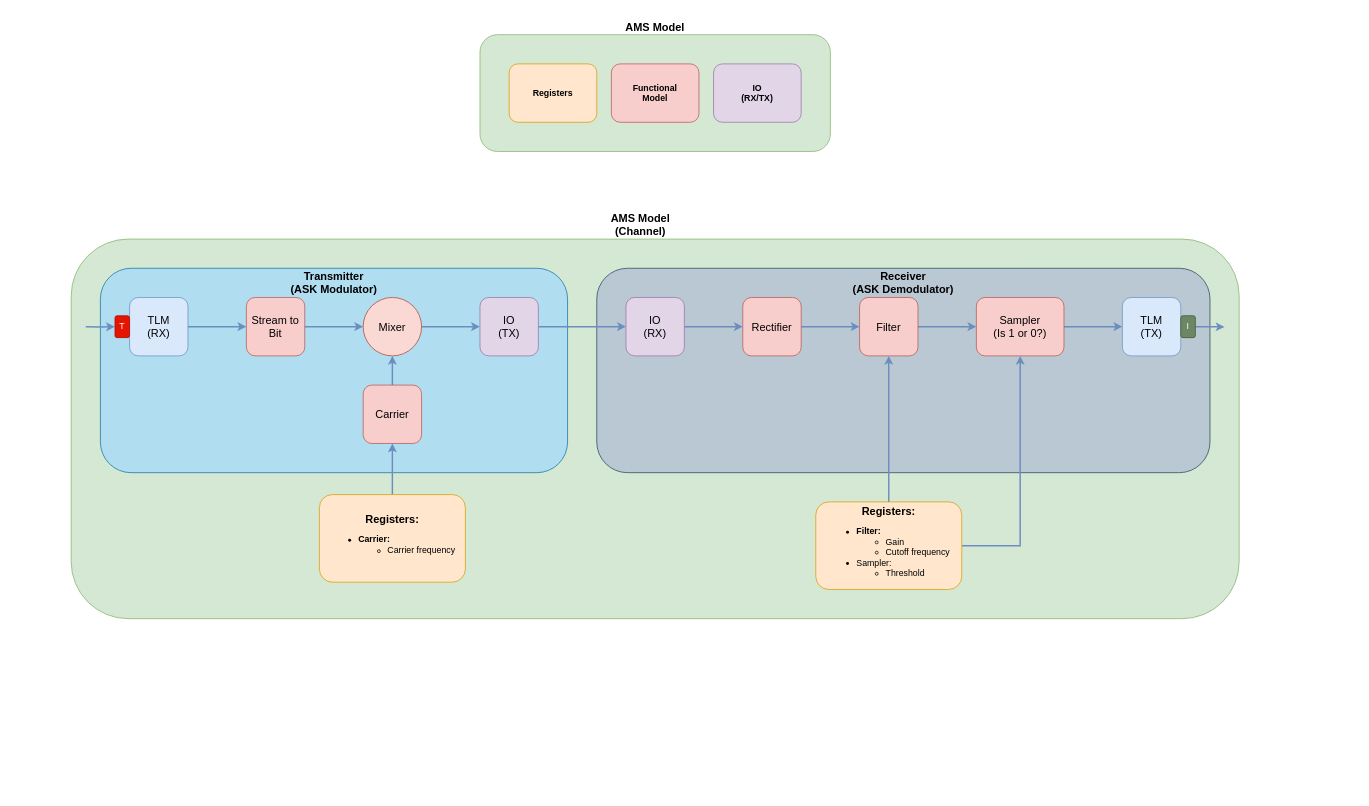
This is page "Channel" (2 of 2) of Project3.drawio from bvarela27/SystemC_ams, a draw.io file, before an edit. Source tidied: cells renumbered, new cells numbered last; positions are measured from the earlier drawing's top-left corner, leaving out a move shared by most shapes. Both pictures are drawn from the tidied source at 73%, with x=0, y=0 at pixel (71, 12).
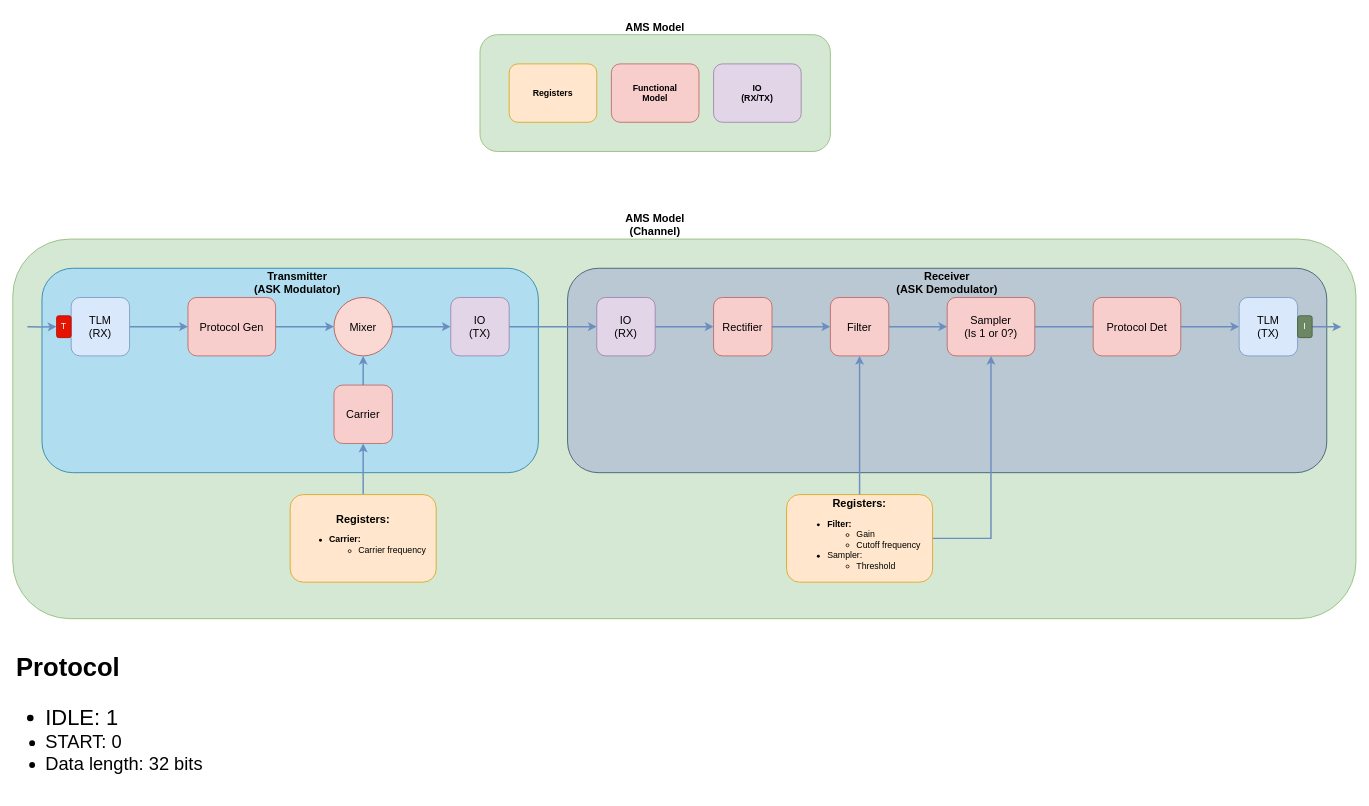
Above is the later version.

The edit, as a diff of the source:
```diff
@@
     <mxCell id="2" style="rounded=1;whiteSpace=wrap;html=1;fontSize=15;fillColor=#d5e8d4;strokeColor=#82b366;" parent="1" vertex="1">
-      <mxGeometry y="310" width="1600" height="520" as="geometry" />
+      <mxGeometry x="-80" y="310" width="1840" height="520" as="geometry" />
     </mxCell>
     <mxCell id="3" style="rounded=1;whiteSpace=wrap;html=1;fontSize=15;fillColor=#bac8d3;strokeColor=#23445d;align=left;" parent="1" vertex="1">
-      <mxGeometry x="720" y="350" width="840" height="280" as="geometry" />
+      <mxGeometry x="680" y="350" width="1040" height="280" as="geometry" />
     </mxCell>
     <mxCell id="4" style="rounded=1;whiteSpace=wrap;html=1;fontSize=15;fillColor=#b1ddf0;strokeColor=#10739e;align=left;" parent="1" vertex="1">
-      <mxGeometry x="40" y="350" width="640" height="280" as="geometry" />
+      <mxGeometry x="-40" y="350" width="680" height="280" as="geometry" />
     </mxCell>
@@
     <mxCell id="10" value="&lt;font style=&quot;font-size: 15px;&quot;&gt;&lt;b&gt;AMS Model (Channel)&lt;/b&gt;&lt;/font&gt;" style="text;html=1;strokeColor=none;fillColor=none;align=center;verticalAlign=middle;whiteSpace=wrap;rounded=0;" parent="1" vertex="1">
-      <mxGeometry x="720" y="270" width="120" height="40" as="geometry" />
+      <mxGeometry x="740" y="270" width="120" height="40" as="geometry" />
     </mxCell>
@@
     <mxCell id="12" value="TLM&lt;br&gt;(RX)" style="rounded=1;whiteSpace=wrap;html=1;fontSize=15;fillColor=#dae8fc;strokeColor=#6c8ebf;" parent="1" vertex="1">
-      <mxGeometry x="80" y="390" width="80" height="80" as="geometry" />
+      <mxGeometry y="390" width="80" height="80" as="geometry" />
     </mxCell>
     <mxCell id="13" style="edgeStyle=orthogonalEdgeStyle;rounded=0;jettySize=auto;html=1;entryX=0;entryY=0.5;entryDx=0;entryDy=0;strokeWidth=2;fillColor=#dae8fc;strokeColor=#6c8ebf;" parent="1" edge="1" target="14">
       <mxGeometry relative="1" as="geometry">
-        <mxPoint x="20" y="430" as="sourcePoint" />
+        <mxPoint x="-60" y="430" as="sourcePoint" />
       </mxGeometry>
     </mxCell>
     <mxCell id="14" value="T" style="rounded=1;whiteSpace=wrap;html=1;fillColor=#e51400;strokeColor=#B20000;fontColor=#ffffff;" parent="1" vertex="1">
-      <mxGeometry x="60" y="415" width="20" height="30" as="geometry" />
+      <mxGeometry x="-20" y="415" width="20" height="30" as="geometry" />
     </mxCell>
     <mxCell id="15" value="TLM&lt;br&gt;(TX)" style="rounded=1;whiteSpace=wrap;html=1;fontSize=15;fillColor=#dae8fc;strokeColor=#6c8ebf;" parent="1" vertex="1">
-      <mxGeometry x="1440" y="390" width="80" height="80" as="geometry" />
+      <mxGeometry x="1600" y="390" width="80" height="80" as="geometry" />
     </mxCell>
     <mxCell id="16" style="edgeStyle=orthogonalEdgeStyle;rounded=0;jettySize=auto;html=1;exitX=1;exitY=0.5;exitDx=0;exitDy=0;strokeWidth=2;fillColor=#dae8fc;strokeColor=#6c8ebf;" parent="1" edge="1" source="17">
       <mxGeometry relative="1" as="geometry">
-        <mxPoint x="1580" y="430.4" as="targetPoint" />
+        <mxPoint x="1740" y="430.4" as="targetPoint" />
       </mxGeometry>
     </mxCell>
     <mxCell id="17" value="I" style="rounded=1;whiteSpace=wrap;html=1;fillColor=#6d8764;strokeColor=#3A5431;fontColor=#ffffff;" parent="1" vertex="1">
-      <mxGeometry x="1520" y="415" width="20" height="30" as="geometry" />
+      <mxGeometry x="1680" y="415" width="20" height="30" as="geometry" />
     </mxCell>
     <mxCell id="18" style="edgeStyle=orthogonalEdgeStyle;rounded=0;jettySize=auto;html=1;exitX=0.5;exitY=0;exitDx=0;exitDy=0;entryX=0.5;entryY=1;entryDx=0;entryDy=0;fontSize=15;strokeWidth=2;fillColor=#dae8fc;strokeColor=#6c8ebf;" parent="1" edge="1" source="19">
       <mxGeometry relative="1" as="geometry">
-        <mxPoint x="440" y="470" as="targetPoint" />
+        <mxPoint x="400" y="470" as="targetPoint" />
       </mxGeometry>
     </mxCell>
     <mxCell id="19" value="Carrier" style="rounded=1;whiteSpace=wrap;html=1;fontSize=15;fillColor=#f8cecc;strokeColor=#b85450;" parent="1" vertex="1">
-      <mxGeometry x="400" y="510" width="80" height="80" as="geometry" />
+      <mxGeometry x="360" y="510" width="80" height="80" as="geometry" />
     </mxCell>
-    <mxCell id="20" style="edgeStyle=orthogonalEdgeStyle;rounded=0;jettySize=auto;html=1;exitX=1;exitY=0.5;exitDx=0;exitDy=0;fontSize=15;strokeWidth=2;fillColor=#dae8fc;strokeColor=#6c8ebf;" parent="1" edge="1" source="21">
+    <mxCell id="20" style="edgeStyle=orthogonalEdgeStyle;rounded=0;orthogonalLoop=1;jettySize=auto;html=1;exitX=1;exitY=0.5;exitDx=0;exitDy=0;fontSize=15;strokeWidth=2;fillColor=#dae8fc;strokeColor=#6c8ebf;" parent="1" edge="1">
       <mxGeometry relative="1" as="geometry">
-        <mxPoint x="400" y="430" as="targetPoint" />
+        <mxPoint x="280" y="430" as="sourcePoint" />
+        <mxPoint x="360" y="430" as="targetPoint" />
       </mxGeometry>
     </mxCell>
-    <mxCell id="21" value="Stream to Bit" style="rounded=1;whiteSpace=wrap;html=1;fontSize=15;fillColor=#f8cecc;strokeColor=#b85450;" parent="1" vertex="1">
-      <mxGeometry x="240" y="390" width="80" height="80" as="geometry" />
+    <mxCell id="21" value="Protocol Gen" style="rounded=1;whiteSpace=wrap;html=1;fontSize=15;fillColor=#f8cecc;strokeColor=#b85450;" parent="1" vertex="1">
+      <mxGeometry x="160" y="390" width="120" height="80" as="geometry" />
     </mxCell>
     <mxCell id="22" value="&lt;font style=&quot;font-size: 15px;&quot;&gt;&lt;b&gt;Transmitter&lt;br&gt;(ASK Modulator)&lt;br&gt;&lt;/b&gt;&lt;/font&gt;" style="text;html=1;strokeColor=none;fillColor=none;align=center;verticalAlign=middle;whiteSpace=wrap;rounded=0;" parent="1" vertex="1">
-      <mxGeometry x="290" y="350" width="140" height="40" as="geometry" />
+      <mxGeometry x="240" y="350" width="140" height="40" as="geometry" />
     </mxCell>
@@
     <mxCell id="24" value="Mixer" style="ellipse;whiteSpace=wrap;html=1;fontSize=15;fillColor=#fad9d5;strokeColor=#ae4132;" parent="1" vertex="1">
-      <mxGeometry x="400" y="390" width="80" height="80" as="geometry" />
+      <mxGeometry x="360" y="390" width="80" height="80" as="geometry" />
     </mxCell>
@@
     <mxCell id="26" value="Filter" style="rounded=1;whiteSpace=wrap;html=1;fontSize=15;fillColor=#f8cecc;strokeColor=#b85450;" parent="1" vertex="1">
-      <mxGeometry x="1080" y="390" width="80" height="80" as="geometry" />
+      <mxGeometry x="1040" y="390" width="80" height="80" as="geometry" />
     </mxCell>
     <mxCell id="27" style="edgeStyle=orthogonalEdgeStyle;rounded=0;jettySize=auto;html=1;exitX=1;exitY=0.5;exitDx=0;exitDy=0;fontSize=15;strokeWidth=2;fillColor=#dae8fc;strokeColor=#6c8ebf;" parent="1" edge="1" source="28">
       <mxGeometry relative="1" as="geometry">
-        <mxPoint x="1080" y="430" as="targetPoint" />
+        <mxPoint x="1040" y="430" as="targetPoint" />
       </mxGeometry>
     </mxCell>
     <mxCell id="28" value="Rectifier" style="rounded=1;whiteSpace=wrap;html=1;fontSize=15;fillColor=#f8cecc;strokeColor=#b85450;" parent="1" vertex="1">
-      <mxGeometry x="920" y="390" width="80" height="80" as="geometry" />
+      <mxGeometry x="880" y="390" width="80" height="80" as="geometry" />
     </mxCell>
@@
     <mxCell id="30" value="Sampler&lt;br&gt;(Is 1 or 0?)" style="rounded=1;whiteSpace=wrap;html=1;fontSize=15;fillColor=#f8cecc;strokeColor=#b85450;" parent="1" vertex="1">
-      <mxGeometry x="1240" y="390" width="120" height="80" as="geometry" />
+      <mxGeometry x="1200" y="390" width="120" height="80" as="geometry" />
     </mxCell>
     <mxCell id="31" value="&lt;font style=&quot;font-size: 15px;&quot;&gt;&lt;b&gt;Receiver&lt;br&gt;(ASK Demodulator)&lt;br&gt;&lt;/b&gt;&lt;/font&gt;" style="text;html=1;strokeColor=none;fillColor=none;align=center;verticalAlign=middle;whiteSpace=wrap;rounded=0;" parent="1" vertex="1">
-      <mxGeometry x="1060" y="350" width="160" height="40" as="geometry" />
+      <mxGeometry x="1120" y="350" width="160" height="40" as="geometry" />
     </mxCell>
@@
     <mxCell id="33" value="IO&lt;br&gt;(TX)" style="rounded=1;whiteSpace=wrap;html=1;fontSize=15;fillColor=#e1d5e7;strokeColor=#9673a6;" parent="1" vertex="1">
-      <mxGeometry x="560" y="390" width="80" height="80" as="geometry" />
+      <mxGeometry x="520" y="390" width="80" height="80" as="geometry" />
     </mxCell>
@@
     <mxCell id="35" value="IO&lt;br&gt;(RX)" style="rounded=1;whiteSpace=wrap;html=1;fontSize=15;fillColor=#e1d5e7;strokeColor=#9673a6;" parent="1" vertex="1">
-      <mxGeometry x="760" y="390" width="80" height="80" as="geometry" />
+      <mxGeometry x="720" y="390" width="80" height="80" as="geometry" />
     </mxCell>
@@
     <mxCell id="37" value="&lt;font style=&quot;font-weight: bold; font-size: 15px;&quot;&gt;Registers:&lt;/font&gt;&lt;br&gt;&lt;div style=&quot;text-align: left;&quot;&gt;&lt;ul&gt;&lt;li style=&quot;font-weight: bold;&quot;&gt;&lt;b style=&quot;background-color: initial;&quot;&gt;Carrier:&lt;/b&gt;&lt;/li&gt;&lt;ul style=&quot;&quot;&gt;&lt;li style=&quot;&quot;&gt;Carrier frequency&lt;/li&gt;&lt;/ul&gt;&lt;/ul&gt;&lt;/div&gt;" style="rounded=1;whiteSpace=wrap;html=1;fillColor=#ffe6cc;strokeColor=#d79b00;" parent="1" vertex="1">
-      <mxGeometry x="340" y="660" width="200" height="120" as="geometry" />
+      <mxGeometry x="300" y="660" width="200" height="120" as="geometry" />
     </mxCell>
@@
     <mxCell id="40" value="&lt;font style=&quot;font-weight: bold; font-size: 15px;&quot;&gt;Registers:&lt;/font&gt;&lt;br&gt;&lt;div style=&quot;text-align: left;&quot;&gt;&lt;ul style=&quot;&quot;&gt;&lt;li style=&quot;font-weight: bold;&quot;&gt;Filter:&lt;/li&gt;&lt;ul style=&quot;&quot;&gt;&lt;li style=&quot;&quot;&gt;Gain&lt;/li&gt;&lt;li style=&quot;&quot;&gt;Cutoff frequency&lt;/li&gt;&lt;/ul&gt;&lt;li&gt;Sampler:&lt;/li&gt;&lt;ul&gt;&lt;li&gt;Threshold&lt;/li&gt;&lt;/ul&gt;&lt;/ul&gt;&lt;/div&gt;" style="rounded=1;whiteSpace=wrap;html=1;fillColor=#ffe6cc;strokeColor=#d79b00;" parent="1" vertex="1">
-      <mxGeometry x="1020" y="670" width="200" height="120" as="geometry" />
+      <mxGeometry x="980" y="660" width="200" height="120" as="geometry" />
     </mxCell>
+    <mxCell id="41" value="Protocol Det" style="rounded=1;whiteSpace=wrap;html=1;fontSize=15;fillColor=#f8cecc;strokeColor=#b85450;" parent="1" vertex="1">
+      <mxGeometry x="1400" y="390" width="120" height="80" as="geometry" />
+    </mxCell>
+    <mxCell id="42" value="&lt;h1 style=&quot;&quot;&gt;&lt;font style=&quot;font-size: 35px;&quot;&gt;Protocol&lt;/font&gt;&lt;/h1&gt;&lt;p style=&quot;font-size: 30px;&quot;&gt;&lt;/p&gt;&lt;ul style=&quot;font-size: 30px;&quot;&gt;&lt;li style=&quot;&quot;&gt;&lt;font style=&quot;font-size: 30px;&quot;&gt;IDLE: 1&lt;/font&gt;&lt;/li&gt;&lt;li style=&quot;font-size: 25px;&quot;&gt;&lt;font style=&quot;font-size: 25px;&quot;&gt;START: 0&lt;/font&gt;&lt;/li&gt;&lt;li style=&quot;font-size: 25px;&quot;&gt;&lt;font style=&quot;font-size: 25px;&quot;&gt;Data length: 32 bits&lt;/font&gt;&lt;/li&gt;&lt;/ul&gt;&lt;p&gt;&lt;/p&gt;" style="text;html=1;strokeColor=none;fillColor=none;spacing=5;spacingTop=-20;whiteSpace=wrap;overflow=hidden;rounded=0;" parent="1" vertex="1">
+      <mxGeometry x="-80" y="870" width="320" height="200" as="geometry" />
+    </mxCell>
```
